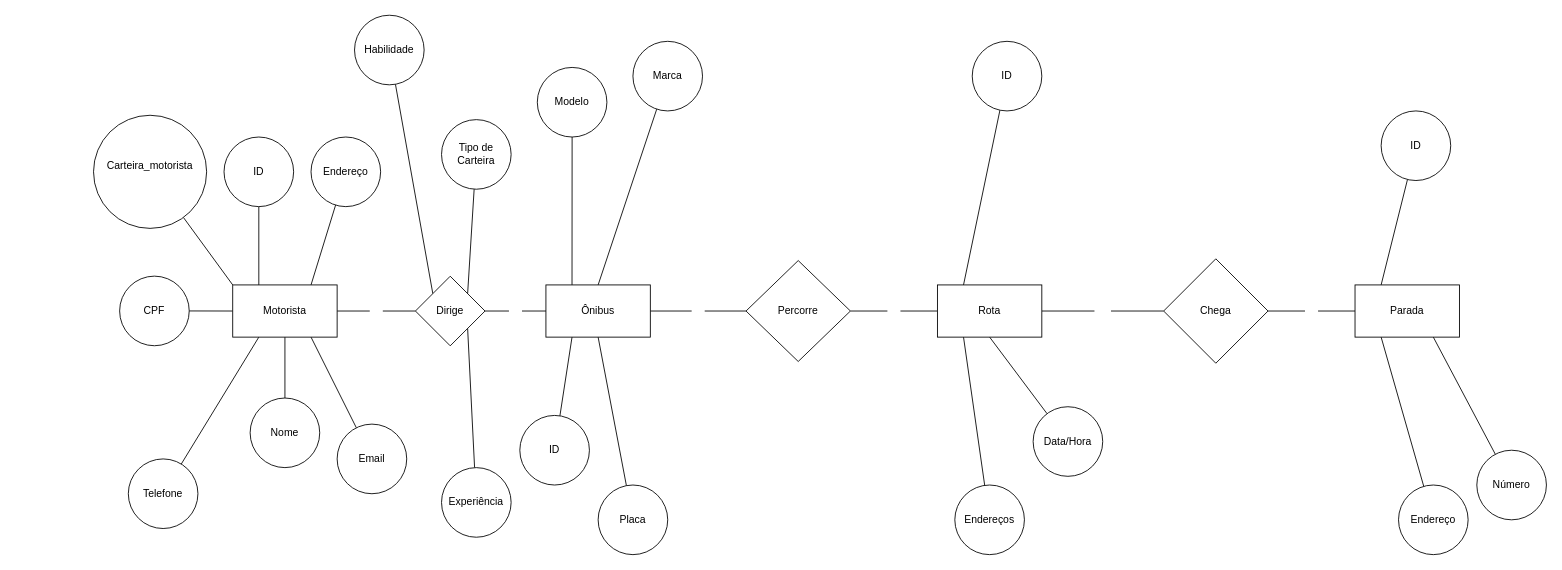
This is page "Sistema de Gestão de Transporte Público" (2 of 2) of BD/exercicios_DER_3.drawio from marcel-aita/DEVNOITE, a draw.io file, before an edit. Source tidied: cells renumbered, new cells numbered last; positions are measured from the earlier drawing's top-left corner, leaving out a move shared by most shapes. Both pictures are drawn from the tidied source at 87%, with x=0, y=0 at pixel (93, 15).
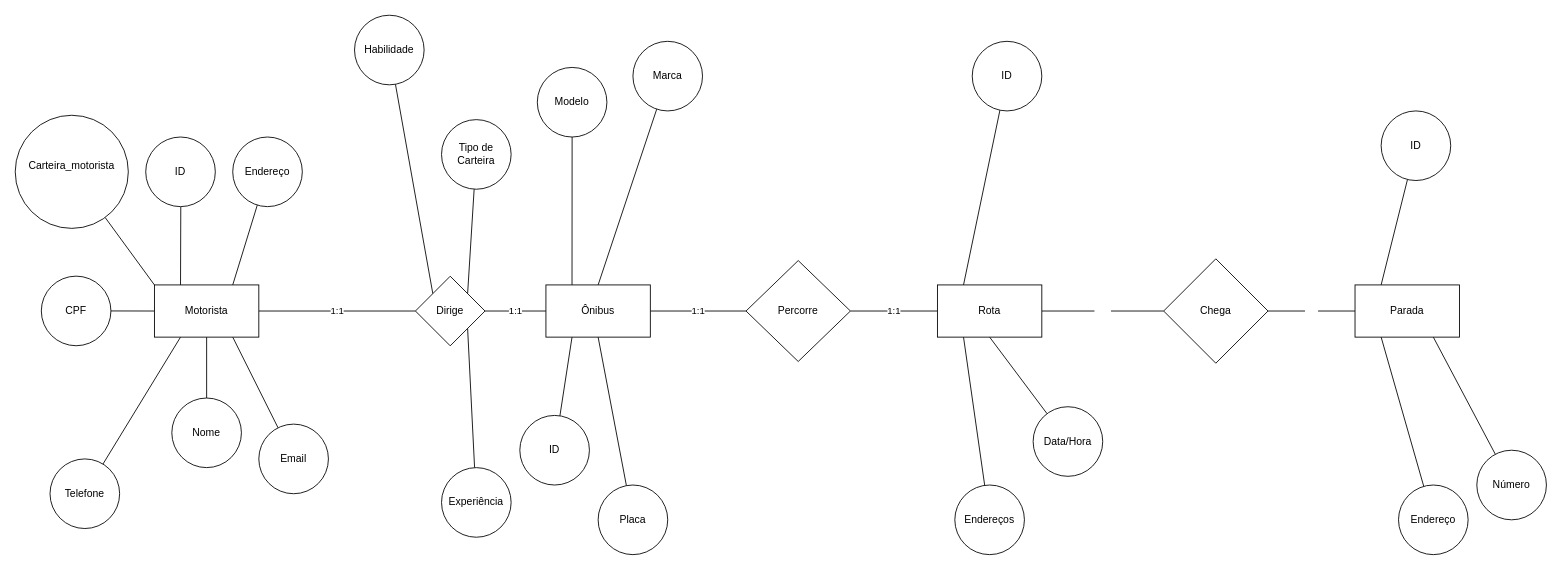
After the change.

Commit message:
boa noite

The change refers to these unchanged cells:
```xml
<mxCell id="7" value="Ônibus" style="rounded=0;whiteSpace=wrap;html=1;fontColor=#000000;fillColor=#FFFFFF;" parent="1" vertex="1">
  <mxGeometry x="520" y="310" width="120" height="60" as="geometry" />
</mxCell>
<mxCell id="21" value="Dirige" style="rhombus;whiteSpace=wrap;html=1;fontColor=#000000;fillColor=#FFFFFF;" parent="1" vertex="1">
  <mxGeometry x="370" y="300" width="80" height="80" as="geometry" />
</mxCell>
<mxCell id="36" value="&lt;font color=&quot;#000000&quot;&gt;Percorre&lt;/font&gt;" style="rhombus;whiteSpace=wrap;html=1;fontColor=#000000;fillColor=#FFFFFF;" parent="1" vertex="1">
  <mxGeometry x="750" y="282" width="120" height="116" as="geometry" />
</mxCell>
<mxCell id="41" value="Rota" style="rounded=0;whiteSpace=wrap;html=1;fontColor=#000000;fillColor=#FFFFFF;" parent="1" vertex="1">
  <mxGeometry x="970" y="310" width="120" height="60" as="geometry" />
</mxCell>
```

What changed in the source:
```diff
@@
-    <mxCell id="2" value="1:1" style="edgeStyle=none;html=1;exitX=1;exitY=0.5;exitDx=0;exitDy=0;entryX=0;entryY=0.5;entryDx=0;entryDy=0;fontColor=#FFFFFF;endArrow=none;endFill=0;" parent="1" edge="1" source="7" target="36">
+    <mxCell id="2" value="&lt;font style=&quot;color: rgb(0, 0, 0);&quot;&gt;1:1&lt;/font&gt;" style="edgeStyle=none;html=1;exitX=1;exitY=0.5;exitDx=0;exitDy=0;entryX=0;entryY=0.5;entryDx=0;entryDy=0;fontColor=#FFFFFF;endArrow=none;endFill=0;" parent="1" edge="1" source="7" target="36">
       <mxGeometry relative="1" as="geometry" />
     </mxCell>
@@
-    <mxCell id="8" value="&lt;font color=&quot;#ffffff&quot;&gt;1:1&lt;/font&gt;" style="edgeStyle=none;html=1;exitX=1;exitY=0.5;exitDx=0;exitDy=0;entryX=0;entryY=0.5;entryDx=0;entryDy=0;fontColor=#000000;endArrow=none;endFill=0;" parent="1" edge="1" source="16" target="21">
+    <mxCell id="8" value="&lt;font style=&quot;color: rgb(0, 0, 0);&quot;&gt;1:1&lt;/font&gt;" style="edgeStyle=none;html=1;exitX=1;exitY=0.5;exitDx=0;exitDy=0;entryX=0;entryY=0.5;entryDx=0;entryDy=0;fontColor=#000000;endArrow=none;endFill=0;" parent="1" edge="1" source="16" target="21">
       <mxGeometry relative="1" as="geometry" />
     </mxCell>
@@
     <mxCell id="16" value="Motorista" style="rounded=0;whiteSpace=wrap;html=1;fontColor=#000000;fillColor=#FFFFFF;" parent="1" vertex="1">
-      <mxGeometry x="160" y="310" width="120" height="60" as="geometry" />
+      <mxGeometry x="70" y="310" width="120" height="60" as="geometry" />
     </mxCell>
-    <mxCell id="17" value="&lt;font color=&quot;#ffffff&quot;&gt;1:1&lt;/font&gt;" style="edgeStyle=none;html=1;exitX=1;exitY=0.5;exitDx=0;exitDy=0;entryX=0;entryY=0.5;entryDx=0;entryDy=0;fontColor=#000000;endArrow=none;endFill=0;" parent="1" edge="1" source="21" target="7">
+    <mxCell id="17" value="&lt;font style=&quot;color: rgb(0, 0, 0);&quot;&gt;1:1&lt;/font&gt;" style="edgeStyle=none;html=1;exitX=1;exitY=0.5;exitDx=0;exitDy=0;entryX=0;entryY=0.5;entryDx=0;entryDy=0;fontColor=#000000;endArrow=none;endFill=0;" parent="1" edge="1" source="21" target="7">
       <mxGeometry relative="1" as="geometry" />
     </mxCell>
@@
     <mxCell id="22" value="ID" style="ellipse;whiteSpace=wrap;html=1;fontColor=#000000;fillColor=#FFFFFF;" parent="1" vertex="1">
-      <mxGeometry x="150" y="140" width="80" height="80" as="geometry" />
+      <mxGeometry x="60" y="140" width="80" height="80" as="geometry" />
     </mxCell>
     <mxCell id="23" value="Nome" style="ellipse;whiteSpace=wrap;html=1;fontColor=#000000;fillColor=#FFFFFF;" parent="1" vertex="1">
-      <mxGeometry x="180" y="440" width="80" height="80" as="geometry" />
+      <mxGeometry x="90" y="440" width="80" height="80" as="geometry" />
     </mxCell>
     <mxCell id="24" value="Endereço" style="ellipse;whiteSpace=wrap;html=1;fontColor=#000000;fillColor=#FFFFFF;" parent="1" vertex="1">
-      <mxGeometry x="250" y="140" width="80" height="80" as="geometry" />
+      <mxGeometry x="160" y="140" width="80" height="80" as="geometry" />
     </mxCell>
     <mxCell id="25" value="Email" style="ellipse;whiteSpace=wrap;html=1;fontColor=#000000;fillColor=#FFFFFF;" parent="1" vertex="1">
-      <mxGeometry x="280" y="470" width="80" height="80" as="geometry" />
+      <mxGeometry x="190" y="470" width="80" height="80" as="geometry" />
     </mxCell>
     <mxCell id="26" value="Telefone" style="ellipse;whiteSpace=wrap;html=1;fontColor=#000000;fillColor=#FFFFFF;" parent="1" vertex="1">
-      <mxGeometry x="40" y="510" width="80" height="80" as="geometry" />
+      <mxGeometry x="-50" y="510" width="80" height="80" as="geometry" />
     </mxCell>
     <mxCell id="27" value="CPF" style="ellipse;whiteSpace=wrap;html=1;fontColor=#000000;fillColor=#FFFFFF;" parent="1" vertex="1">
-      <mxGeometry x="30" y="299.9" width="80" height="80" as="geometry" />
+      <mxGeometry x="-60" y="299.9" width="80" height="80" as="geometry" />
     </mxCell>
@@
-    <mxCell id="35" value="&lt;font color=&quot;#ffffff&quot;&gt;1:1&lt;/font&gt;" style="edgeStyle=none;html=1;exitX=1;exitY=0.5;exitDx=0;exitDy=0;fontColor=#000000;endArrow=none;endFill=0;entryX=0;entryY=0.5;entryDx=0;entryDy=0;" parent="1" edge="1" source="36" target="41">
+    <mxCell id="35" value="&lt;font style=&quot;color: rgb(0, 0, 0);&quot;&gt;1:1&lt;/font&gt;" style="edgeStyle=none;html=1;exitX=1;exitY=0.5;exitDx=0;exitDy=0;fontColor=#000000;endArrow=none;endFill=0;entryX=0;entryY=0.5;entryDx=0;entryDy=0;" parent="1" edge="1" source="36" target="41">
       <mxGeometry relative="1" as="geometry" />
     </mxCell>
@@
     <mxCell id="54" value="Carteira_motorista&lt;div&gt;&lt;br&gt;&lt;/div&gt;" style="ellipse;whiteSpace=wrap;html=1;" parent="1" vertex="1">
-      <mxGeometry y="115" width="130" height="130" as="geometry" />
+      <mxGeometry x="-90" y="115" width="130" height="130" as="geometry" />
     </mxCell>
```
